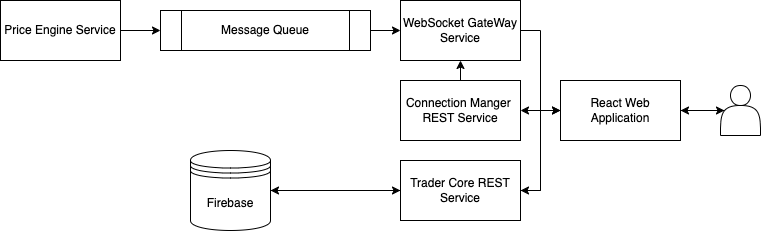
Earlier version of the draw.io export fx-trader.png (josephappeah/portfolio). Source tidied: cells renumbered, new cells last; positions are measured from the earlier drawing's top-left corner, leaving out a move shared by most shapes.
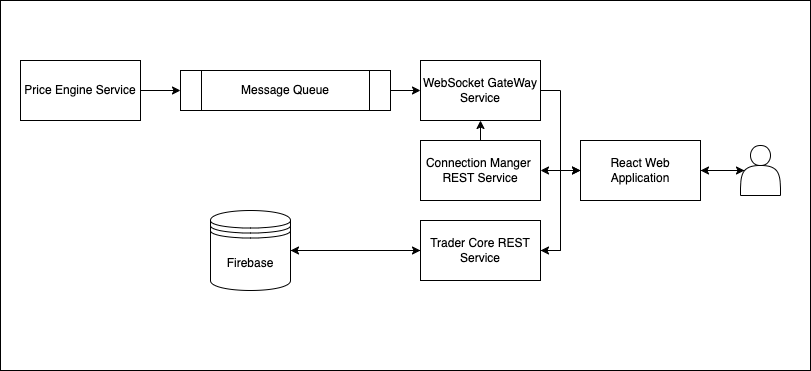
After the commit.

What changed in the source:
```diff
@@ -2,6 +2,9 @@
   <root>
     <mxCell id="0" />
     <mxCell id="1" parent="0" />
+    <mxCell id="21" style="rounded=0;whiteSpace=wrap;html=1;" parent="1" vertex="1">
+      <mxGeometry x="-20" y="-60" width="810" height="370" as="geometry" />
+    </mxCell>
     <mxCell id="2" style="edgeStyle=orthogonalEdgeStyle;rounded=0;jettySize=auto;html=1;exitX=1;exitY=0.5;exitDx=0;exitDy=0;entryX=0;entryY=0.5;entryDx=0;entryDy=0;" parent="1" edge="1" source="3" target="7">
       <mxGeometry relative="1" as="geometry" />
     </mxCell>
```
